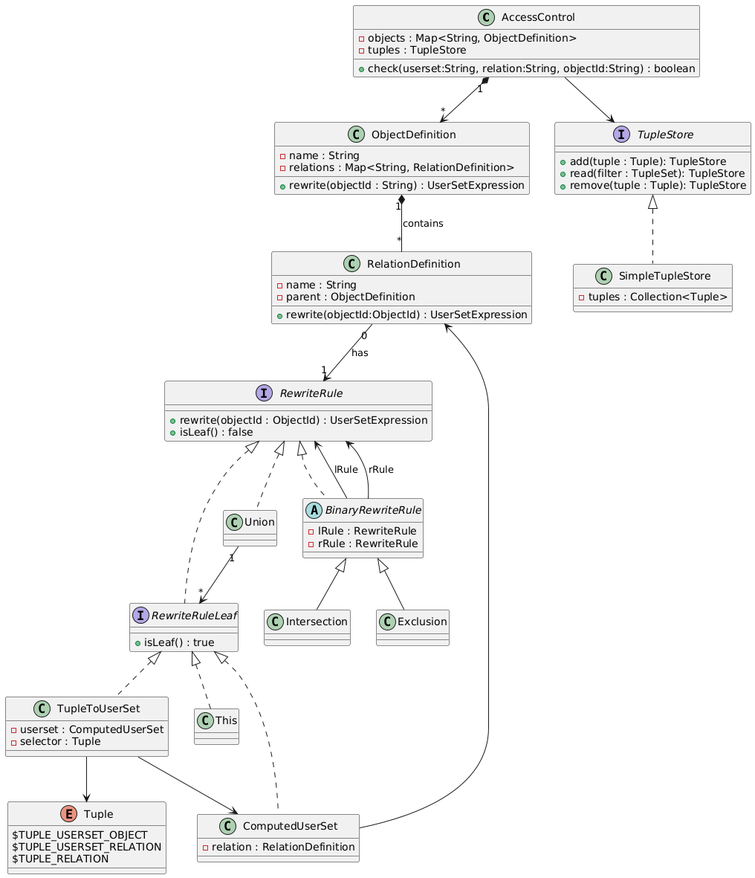
Before: docs/images/ACL-Aid-namespace.png, a diagram exported from PlantUML (tfredrich/ACL-Aid-Z).
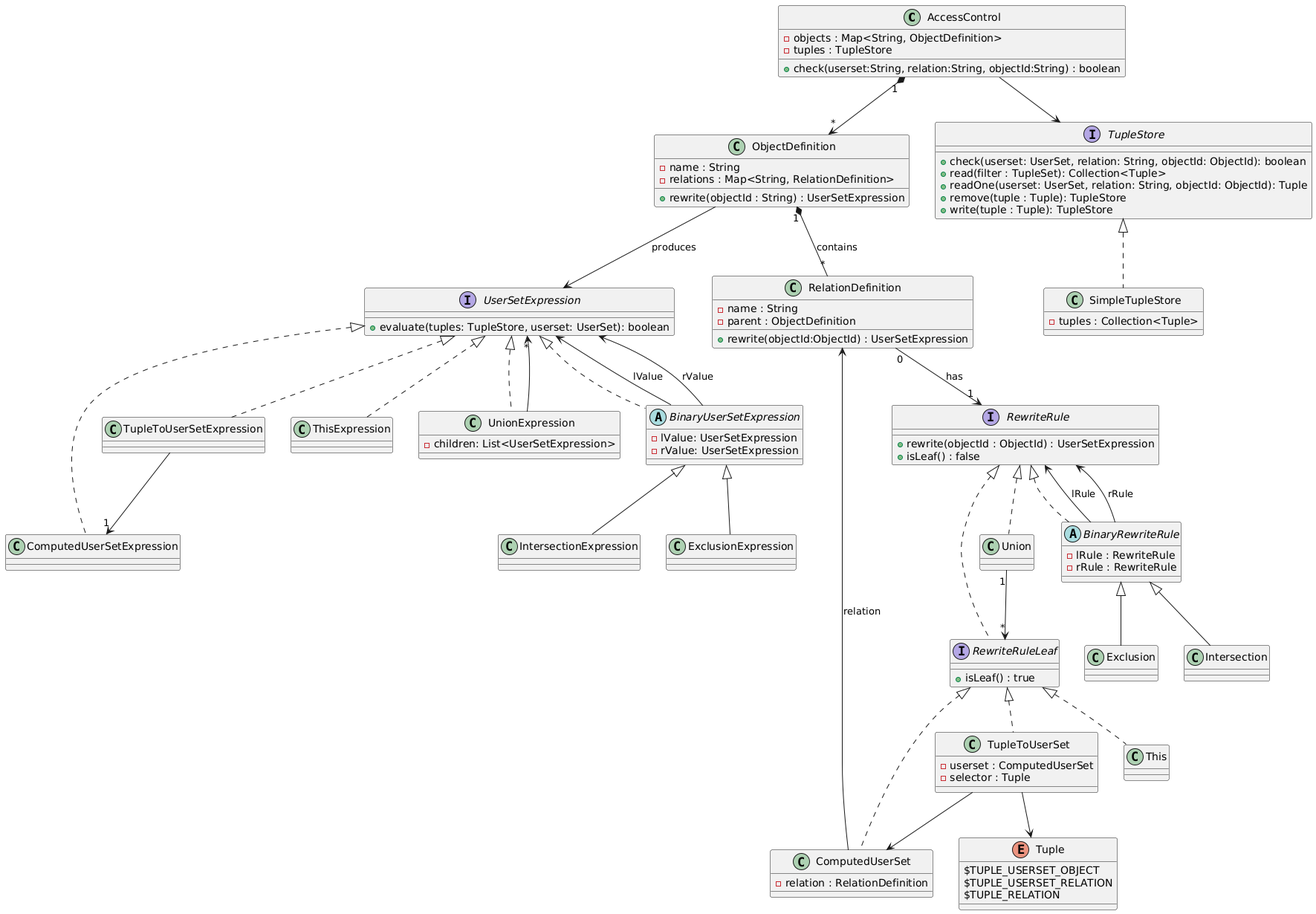
After the change.

What changed in the source:
```diff
@@ -33,9 +33,11 @@
  -tuples : Collection<Tuple>
 }
 interface TupleStore {
-  +add(tuple : Tuple): TupleStore
-  +read(filter : TupleSet): TupleStore
+  +check(userset: UserSet, relation: String, objectId: ObjectId): boolean
+  +read(filter : TupleSet): Collection<Tuple>
+  +readOne(userset: UserSet, relation: String, objectId: ObjectId): Tuple
   +remove(tuple : Tuple): TupleStore
+  +write(tuple : Tuple): TupleStore
 }
 class TupleToUserSet {
   -userset : ComputedUserSet
@@ -47,6 +49,27 @@
   $TUPLE_RELATION
 }
 
+interface UserSetExpression {
+  +evaluate(tuples: TupleStore, userset: UserSet): boolean
+}
+class ComputedUserSetExpression {
+}
+class ThisExpression {
+}
+class TupleToUserSetExpression {
+}
+class UnionExpression {
+  -children: List<UserSetExpression>
+}
+abstract BinaryUserSetExpression {
+  -lValue: UserSetExpression
+  -rValue: UserSetExpression
+}
+class IntersectionExpression {
+}
+class ExclusionExpression {
+}
+
 AccessControl --> TupleStore
 AccessControl "1" *-->  "*" ObjectDefinition
 
@@ -56,20 +79,33 @@
 
 BinaryRewriteRule <|-- Intersection
 BinaryRewriteRule <|-- Exclusion
-BinaryRewriteRule --> RewriteRule : lRule
-BinaryRewriteRule --> RewriteRule : rRule
+BinaryRewriteRule --> RewriteRule: lRule
+BinaryRewriteRule --> RewriteRule: rRule
 
 RewriteRuleLeaf <|.. This
 RewriteRuleLeaf <|.. ComputedUserSet
 RewriteRuleLeaf <|.. TupleToUserSet
 
 ObjectDefinition "1" *-- "*" RelationDefinition : contains
-RelationDefinition "0" --> "1" RewriteRule : has
+ObjectDefinition --> UserSetExpression: produces
+RelationDefinition "0" --> "1" RewriteRule: has
 Union "1" --> "*" RewriteRuleLeaf
+
+UserSetExpression <|.. UnionExpression
+UserSetExpression <|.. ThisExpression
+UserSetExpression <|.. TupleToUserSetExpression
+UserSetExpression <|.. ComputedUserSetExpression
+UserSetExpression <|.. BinaryUserSetExpression
+BinaryUserSetExpression <|-- IntersectionExpression
+BinaryUserSetExpression <|-- ExclusionExpression
+TupleToUserSetExpression --> "1" ComputedUserSetExpression
+UnionExpression --> "*" UserSetExpression
+BinaryUserSetExpression --> UserSetExpression: lValue
+BinaryUserSetExpression --> UserSetExpression: rValue
 
 TupleStore <|.. SimpleTupleStore
 
 TupleToUserSet --> ComputedUserSet
 TupleToUserSet --> Tuple
-ComputedUserSet --> RelationDefinition
+ComputedUserSet --> RelationDefinition: relation
 @enduml
```
